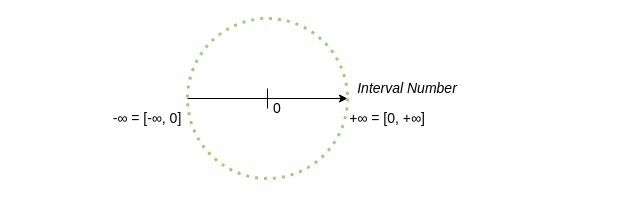
The draw.io diagram illustrations/visual_interval_number.drawio in McNopper/ZeroInfinity, before the edit. Source tidied: cells renumbered, new cells numbered last; positions are measured from the earlier drawing's top-left corner, leaving out a move shared by most shapes. Both pictures are drawn from the tidied source at 100%, with x=0, y=0 at pixel (107, 18).
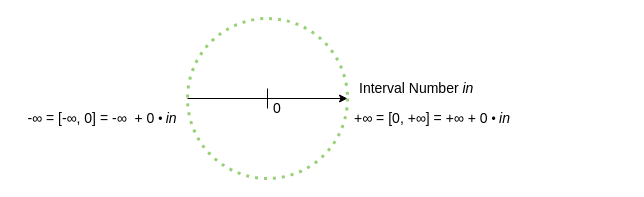
The same page after the edit.

Commit message (it also covers changes not shown here):
Added expression from source code to graphics

What changed in the source:
```diff
@@
 <mxGraphModel>
   <root>
     <mxCell id="0" />
     <mxCell id="1" parent="0" />
     <mxCell id="2" style="endArrow=classic;html=1;rounded=0;entryX=1;entryY=0.5;entryDx=0;entryDy=0;exitX=0;exitY=0.5;exitDx=0;exitDy=0;" parent="1" edge="1" source="5" target="5">
       <mxGeometry relative="1" as="geometry" />
     </mxCell>
-    <mxCell id="3" value="&lt;font style=&quot;font-size: 14px;&quot;&gt;+∞&amp;nbsp;=&amp;nbsp;&lt;/font&gt;&lt;span style=&quot;font-size: 14px;&quot;&gt;[0, +∞]&lt;/span&gt;" style="text;html=1;align=center;verticalAlign=middle;whiteSpace=wrap;rounded=0;" parent="1" vertex="1">
-      <mxGeometry x="240" y="80" width="80" height="40" as="geometry" />
+    <mxCell id="3" value="&lt;font style=&quot;font-size: 14px;&quot;&gt;+∞&amp;nbsp;=&amp;nbsp;&lt;/font&gt;&lt;span style=&quot;font-size: 14px;&quot;&gt;[0, +∞] =&amp;nbsp;&lt;/span&gt;&lt;span style=&quot;font-size: 14px;&quot;&gt;+∞ + 0&amp;nbsp;&lt;/span&gt;&lt;span style=&quot;background-color: initial;&quot;&gt;•&amp;nbsp;&lt;/span&gt;&lt;span style=&quot;font-size: 14px; background-color: initial;&quot;&gt;&lt;i&gt;in&lt;/i&gt;&lt;/span&gt;" style="text;html=1;align=center;verticalAlign=middle;whiteSpace=wrap;rounded=0;" parent="1" vertex="1">
+      <mxGeometry x="240" y="80" width="170" height="40" as="geometry" />
     </mxCell>
-    <mxCell id="4" value="&lt;span style=&quot;font-size: 14px;&quot;&gt;&lt;i&gt;Interval Number&lt;/i&gt;&lt;/span&gt;" style="text;html=1;align=center;verticalAlign=middle;whiteSpace=wrap;rounded=0;" parent="1" vertex="1">
-      <mxGeometry x="220" y="50" width="160" height="40" as="geometry" />
+    <mxCell id="4" value="&lt;span style=&quot;font-size: 14px;&quot;&gt;Interval Number &lt;i&gt;in&lt;/i&gt;&lt;/span&gt;" style="text;html=1;align=left;verticalAlign=middle;whiteSpace=wrap;rounded=0;" parent="1" vertex="1">
+      <mxGeometry x="250" y="50" width="270" height="40" as="geometry" />
     </mxCell>
     <mxCell id="5" style="ellipse;whiteSpace=wrap;html=1;fillColor=none;dashed=1;dashPattern=1 2;strokeColor=#97D077;strokeWidth=3;" parent="1" vertex="1">
       <mxGeometry x="80" width="160" height="160" as="geometry" />
     </mxCell>
-    <mxCell id="6" value="&lt;font style=&quot;font-size: 14px;&quot;&gt;-∞&amp;nbsp;=&amp;nbsp;&lt;/font&gt;&lt;span style=&quot;font-size: 14px;&quot;&gt;[-∞, 0]&lt;/span&gt;" style="text;html=1;align=center;verticalAlign=middle;whiteSpace=wrap;rounded=0;" parent="1" vertex="1">
-      <mxGeometry y="80" width="80" height="40" as="geometry" />
+    <mxCell id="6" value="&lt;font style=&quot;font-size: 14px;&quot;&gt;-∞&amp;nbsp;=&amp;nbsp;&lt;/font&gt;&lt;span style=&quot;font-size: 14px;&quot;&gt;[-∞, 0] = -&lt;/span&gt;&lt;span style=&quot;font-size: 14px;&quot;&gt;∞&amp;nbsp;&lt;/span&gt;&lt;span style=&quot;font-size: 14px;&quot;&gt;&amp;nbsp;+ 0&amp;nbsp;&lt;/span&gt;&lt;span style=&quot;background-color: initial;&quot;&gt;•&amp;nbsp;&lt;/span&gt;&lt;span style=&quot;background-color: initial; font-size: 14px;&quot;&gt;&lt;i&gt;in&lt;/i&gt;&lt;/span&gt;" style="text;html=1;align=center;verticalAlign=middle;whiteSpace=wrap;rounded=0;" parent="1" vertex="1">
+      <mxGeometry x="-90" y="80" width="170" height="40" as="geometry" />
     </mxCell>
     <mxCell id="7" style="endArrow=none;html=1;rounded=0;" parent="1" edge="1">
       <mxGeometry relative="1" as="geometry">
         <mxPoint x="160" y="90" as="sourcePoint" />
         <mxPoint x="160" y="70" as="targetPoint" />
       </mxGeometry>
     </mxCell>
     <mxCell id="8" value="&lt;font style=&quot;font-size: 14px;&quot;&gt;0&lt;/font&gt;" style="text;html=1;align=center;verticalAlign=middle;whiteSpace=wrap;rounded=0;" parent="1" vertex="1">
       <mxGeometry x="140" y="70" width="60" height="39" as="geometry" />
     </mxCell>
   </root>
 </mxGraphModel>
```
